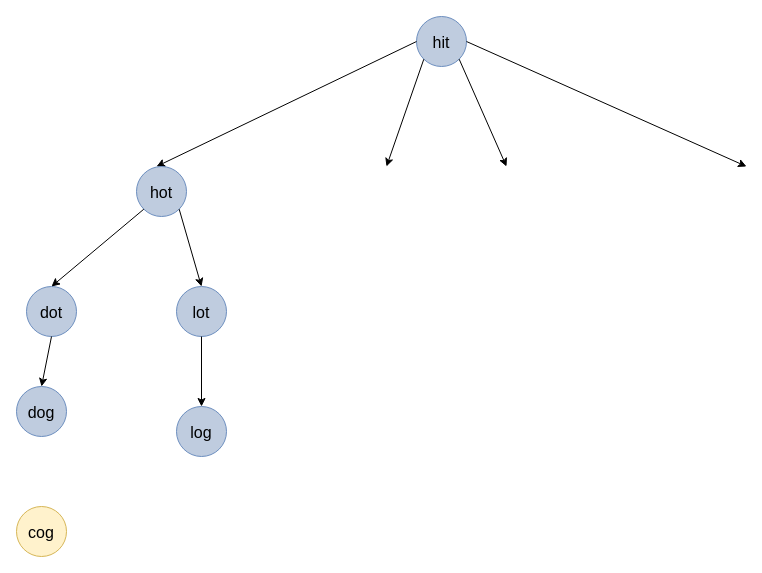
Above: 未命名绘图.drawio in qianlimaboy/diagram (draw.io), before the change. Source tidied: cells renumbered, new cells numbered last; positions are measured from the earlier drawing's top-left corner, leaving out a move shared by most shapes. Both pictures are drawn from the tidied source at 100%, with x=0, y=0 at pixel (16, 16).
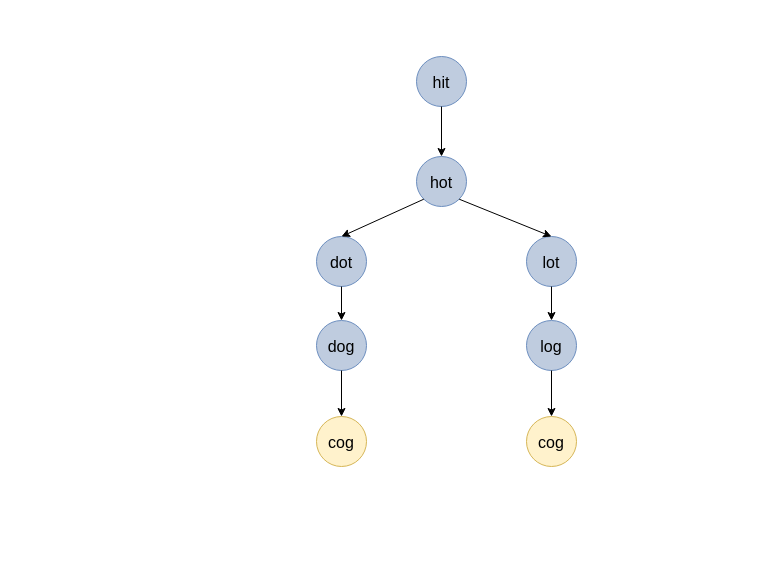
Above is the later version.

The edit, as a diff of the source:
```diff
@@
 <mxGraphModel>
   <root>
     <mxCell id="0" />
     <mxCell id="1" parent="0" />
     <mxCell id="2" value="hit" style="ellipse;fillColor=#bfccdf;strokeColor=#6c8ebf;align=center;spacing=0;fontSize=16;" parent="1" vertex="1">
-      <mxGeometry x="400" width="50" height="50" as="geometry" />
+      <mxGeometry x="400" y="40" width="50" height="50" as="geometry" />
     </mxCell>
-    <mxCell id="3" style="endArrow=classic;html=1;rounded=0;exitX=0;exitY=0.5;exitDx=0;exitDy=0;entryX=0.5;entryY=0;entryDx=0;entryDy=0;exitPerimeter=0;" parent="1" edge="1" source="2">
-      <mxGeometry relative="1" as="geometry">
-        <mxPoint x="140" y="150" as="targetPoint" />
-      </mxGeometry>
+    <mxCell id="3" style="endArrow=classic;html=1;rounded=0;exitX=0.5;exitY=1;exitDx=0;exitDy=0;entryX=0.5;entryY=0;entryDx=0;entryDy=0;" parent="1" edge="1" source="2" target="8">
+      <mxGeometry relative="1" as="geometry" />
     </mxCell>
-    <mxCell id="4" style="endArrow=classic;html=1;rounded=0;entryX=0.5;entryY=0;entryDx=0;entryDy=0;exitX=0;exitY=1;exitDx=0;exitDy=0;" parent="1" edge="1" source="2">
-      <mxGeometry relative="1" as="geometry">
-        <mxPoint x="370" y="150" as="targetPoint" />
-      </mxGeometry>
-    </mxCell>
-    <mxCell id="5" style="endArrow=classic;html=1;rounded=0;exitX=1;exitY=1;exitDx=0;exitDy=0;entryX=0.5;entryY=0;entryDx=0;entryDy=0;" parent="1" edge="1" source="2">
-      <mxGeometry relative="1" as="geometry">
-        <mxPoint x="490" y="150" as="targetPoint" />
-      </mxGeometry>
-    </mxCell>
-    <mxCell id="6" style="endArrow=classic;html=1;rounded=0;entryX=0.5;entryY=0;entryDx=0;entryDy=0;exitX=1;exitY=0.5;exitDx=0;exitDy=0;" parent="1" edge="1" source="2">
-      <mxGeometry relative="1" as="geometry">
-        <mxPoint x="730" y="150" as="targetPoint" />
-      </mxGeometry>
-    </mxCell>
     <mxCell id="7" value="cog" style="ellipse;fillColor=#fff2cc;strokeColor=#d6b656;align=center;spacing=0;fontSize=16;" parent="1" vertex="1">
-      <mxGeometry y="490" width="50" height="50" as="geometry" />
+      <mxGeometry x="300" y="400" width="50" height="50" as="geometry" />
     </mxCell>
     <mxCell id="8" value="hot" style="ellipse;fillColor=#bfccdf;strokeColor=#6c8ebf;align=center;spacing=0;fontSize=16;" parent="1" vertex="1">
-      <mxGeometry x="120" y="150" width="50" height="50" as="geometry" />
+      <mxGeometry x="400" y="140" width="50" height="50" as="geometry" />
     </mxCell>
     <mxCell id="9" value="dot" style="ellipse;fillColor=#bfccdf;strokeColor=#6c8ebf;align=center;spacing=0;fontSize=16;" parent="1" vertex="1">
-      <mxGeometry x="10" y="270" width="50" height="50" as="geometry" />
+      <mxGeometry x="300" y="220" width="50" height="50" as="geometry" />
     </mxCell>
     <mxCell id="10" value="lot" style="ellipse;fillColor=#bfccdf;strokeColor=#6c8ebf;align=center;spacing=0;fontSize=16;" parent="1" vertex="1">
-      <mxGeometry x="160" y="270" width="50" height="50" as="geometry" />
+      <mxGeometry x="510" y="220" width="50" height="50" as="geometry" />
     </mxCell>
     <mxCell id="11" style="endArrow=classic;html=1;rounded=0;entryX=0.5;entryY=0;entryDx=0;entryDy=0;exitX=0;exitY=1;exitDx=0;exitDy=0;" parent="1" edge="1" source="8" target="9">
       <mxGeometry relative="1" as="geometry" />
     </mxCell>
     <mxCell id="12" style="endArrow=classic;html=1;rounded=0;exitX=1;exitY=1;exitDx=0;exitDy=0;entryX=0.5;entryY=0;entryDx=0;entryDy=0;" parent="1" edge="1" source="8" target="10">
       <mxGeometry relative="1" as="geometry" />
     </mxCell>
     <mxCell id="13" value="dog" style="ellipse;fillColor=#bfccdf;strokeColor=#6c8ebf;align=center;spacing=0;fontSize=16;" parent="1" vertex="1">
-      <mxGeometry y="370" width="50" height="50" as="geometry" />
+      <mxGeometry x="300" y="304" width="50" height="50" as="geometry" />
     </mxCell>
     <mxCell id="14" style="endArrow=classic;html=1;rounded=0;exitX=0.5;exitY=1;exitDx=0;exitDy=0;entryX=0.5;entryY=0;entryDx=0;entryDy=0;" parent="1" edge="1" source="9" target="13">
       <mxGeometry relative="1" as="geometry" />
     </mxCell>
     <mxCell id="15" value="log" style="ellipse;fillColor=#bfccdf;strokeColor=#6c8ebf;align=center;spacing=0;fontSize=16;" parent="1" vertex="1">
-      <mxGeometry x="160" y="390" width="50" height="50" as="geometry" />
+      <mxGeometry x="510" y="304" width="50" height="50" as="geometry" />
     </mxCell>
     <mxCell id="16" style="endArrow=classic;html=1;rounded=0;exitX=0.5;exitY=1;exitDx=0;exitDy=0;entryX=0.5;entryY=0;entryDx=0;entryDy=0;" parent="1" edge="1" source="10" target="15">
       <mxGeometry relative="1" as="geometry" />
     </mxCell>
+    <mxCell id="17" style="endArrow=classic;html=1;rounded=0;exitX=0.5;exitY=1;exitDx=0;exitDy=0;entryX=0.5;entryY=0;entryDx=0;entryDy=0;" parent="1" edge="1" source="13" target="7">
+      <mxGeometry relative="1" as="geometry" />
+    </mxCell>
+    <mxCell id="18" value="cog" style="ellipse;fillColor=#fff2cc;strokeColor=#d6b656;align=center;spacing=0;fontSize=16;" parent="1" vertex="1">
+      <mxGeometry x="510" y="400" width="50" height="50" as="geometry" />
+    </mxCell>
+    <mxCell id="19" style="endArrow=classic;html=1;rounded=0;exitX=0.5;exitY=1;exitDx=0;exitDy=0;" parent="1" edge="1" source="15" target="18">
+      <mxGeometry relative="1" as="geometry" />
+    </mxCell>
   </root>
 </mxGraphModel>
```
